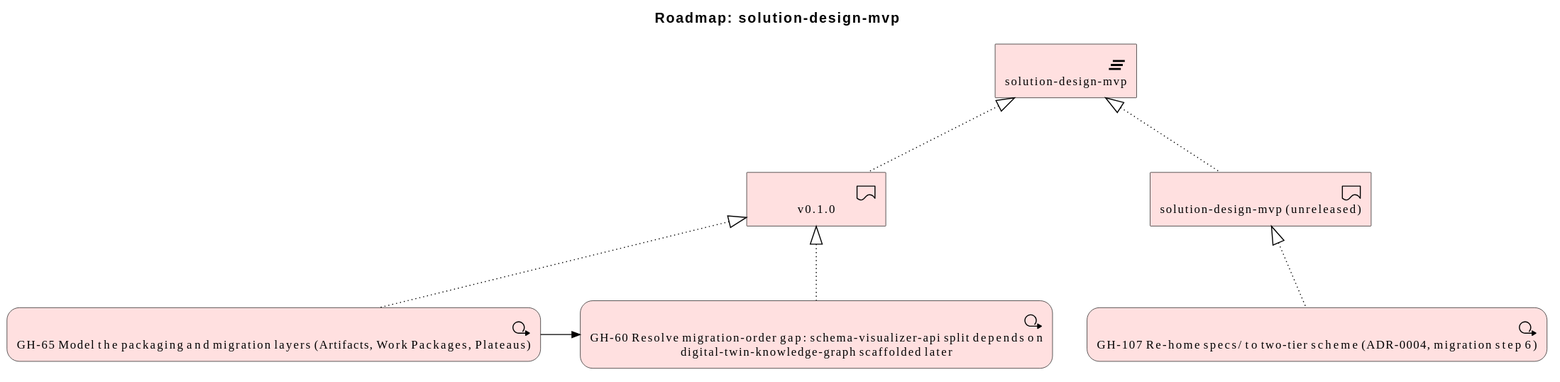
Earlier version of the PlantUML export architecture/model/diagrams/migration/plat-solution-design-mvp-8.svg (wolffy-au/frictionless-architect). Its diagram source:
```plantuml
@startuml
!include <archimate/Archimate>

title Roadmap: solution-design-mvp

Implementation_Deliverable(e_id314ed2487dd05b, "v0.1.0")
Implementation_Deliverable(e_id664b1e75548f5b, "solution-design-mvp (unreleased)")
Implementation_Plateau(e_id2465dc90ecdc5f, "solution-design-mvp")
Implementation_WorkPackage(e_id3957ac79b8315e, "GH-65 Model the packaging and migration layers (Artifacts, Work Packages, Plateaus)")
Implementation_WorkPackage(e_id3e99ac1ff48453, "GH-107 Re-home specs/ to two-tier scheme (ADR-0004, migration step 6)")
Implementation_WorkPackage(e_id24e4227880f657, "GH-60 Resolve migration-order gap: schema-visualizer-api split depends on digital-twin-knowledge-graph scaffolded later")

Rel_Realization_Up(e_id314ed2487dd05b, e_id2465dc90ecdc5f, "")
Rel_Realization_Up(e_id664b1e75548f5b, e_id2465dc90ecdc5f, "")
Rel_Realization_Up(e_id3957ac79b8315e, e_id314ed2487dd05b, "")
Rel_Realization_Up(e_id3e99ac1ff48453, e_id664b1e75548f5b, "")
Rel_Realization_Up(e_id24e4227880f657, e_id314ed2487dd05b, "")
Rel_Triggering_Right(e_id3957ac79b8315e, e_id24e4227880f657, "")
@enduml
```
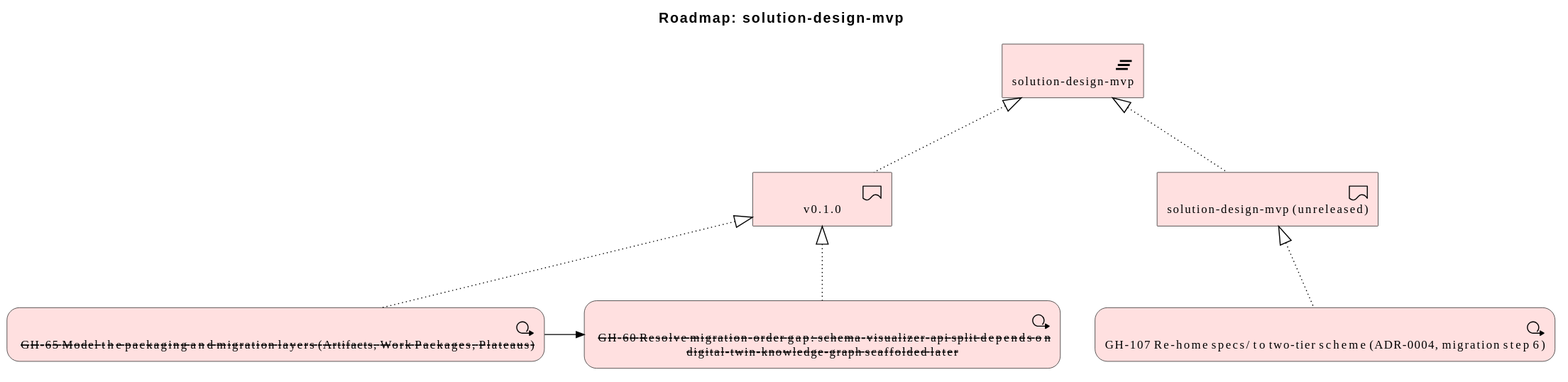
The same diagram one commit later.

What changed in the source:
```diff
@@ -6,9 +6,9 @@
 Implementation_Deliverable(e_id314ed2487dd05b, "v0.1.0")
 Implementation_Deliverable(e_id664b1e75548f5b, "solution-design-mvp (unreleased)")
 Implementation_Plateau(e_id2465dc90ecdc5f, "solution-design-mvp")
-Implementation_WorkPackage(e_id3957ac79b8315e, "GH-65 Model the packaging and migration layers (Artifacts, Work Packages, Plateaus)")
+Implementation_WorkPackage(e_id3957ac79b8315e, " --GH-65 Model the packaging and migration layers (Artifacts, Work Packages, Plateaus)--")
 Implementation_WorkPackage(e_id3e99ac1ff48453, "GH-107 Re-home specs/ to two-tier scheme (ADR-0004, migration step 6)")
-Implementation_WorkPackage(e_id24e4227880f657, "GH-60 Resolve migration-order gap: schema-visualizer-api split depends on digital-twin-knowledge-graph scaffolded later")
+Implementation_WorkPackage(e_id24e4227880f657, " --GH-60 Resolve migration-order gap: schema-visualizer-api split depends on digital-twin-knowledge-graph scaffolded later--")
 
 Rel_Realization_Up(e_id314ed2487dd05b, e_id2465dc90ecdc5f, "")
 Rel_Realization_Up(e_id664b1e75548f5b, e_id2465dc90ecdc5f, "")
```
